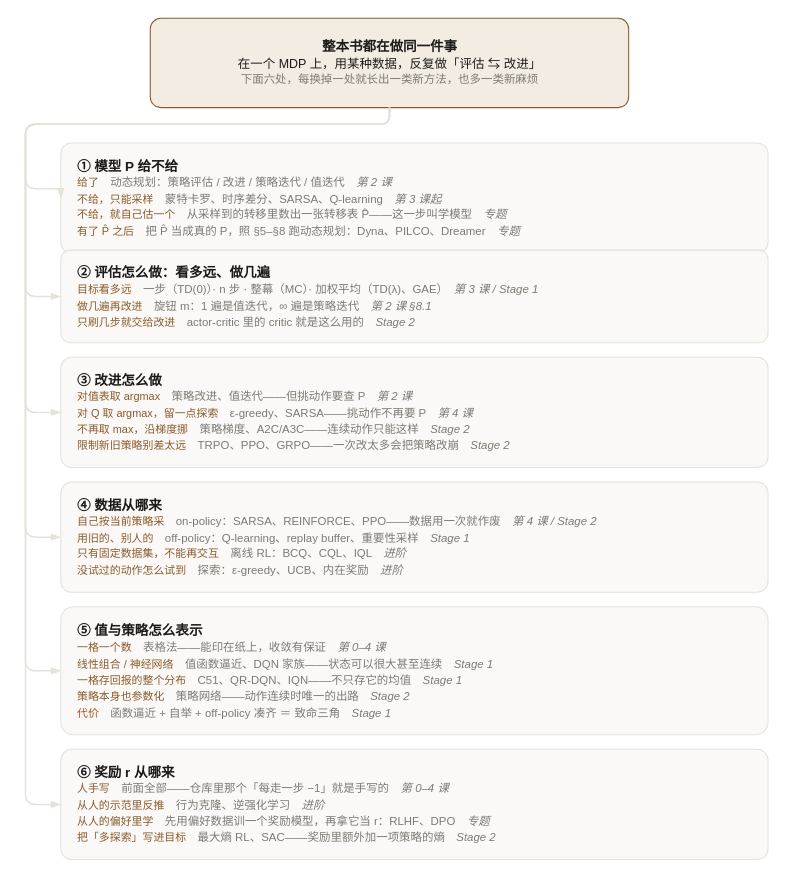
alfredzhang98/awesome_rl_handbook keeps this draw.io diagram as docs/assets/gpi-skeleton.drawio. Above is the earlier version. Source tidied: cells renumbered, new cells numbered last; positions are measured from the earlier drawing's top-left corner, leaving out a move shared by most shapes. Both pictures are drawn from the tidied source at 104%, with x=0, y=0 at pixel (25, 18).
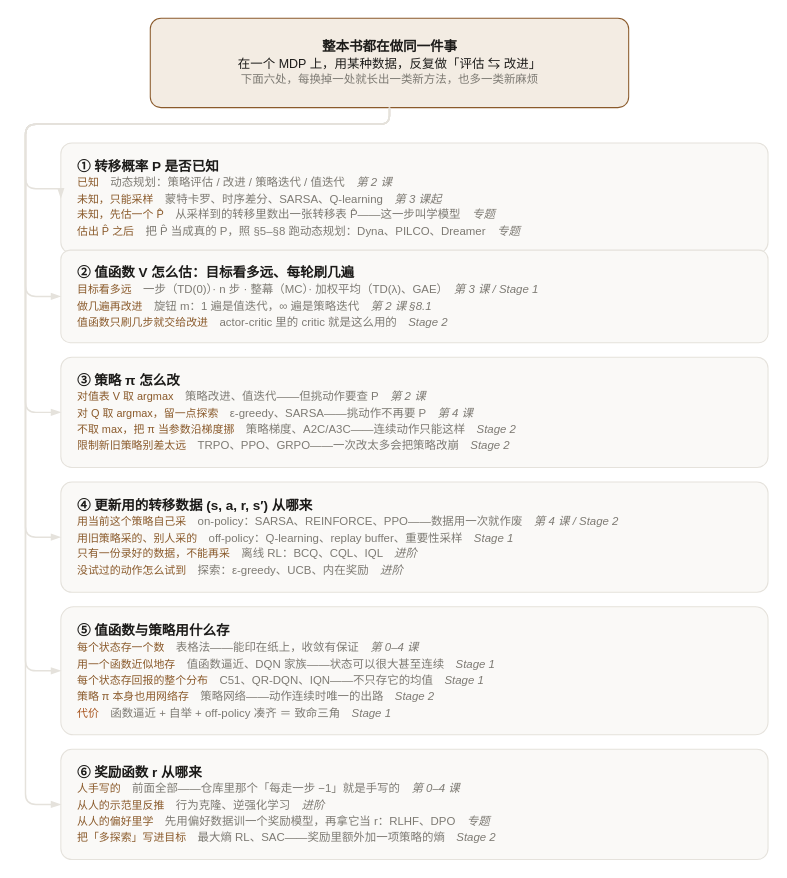
The same page after the edit.

Commit message (it also covers changes not shown here):
框架图把每一支的对象说全，并在图前定义记号

The edit, as a diff of the source:
```diff
@@
-    <mxCell id="3" value="&lt;b&gt;① 模型 P 给不给&lt;/b&gt;&lt;br&gt;&lt;font color=&quot;#8a5a2b&quot; style=&quot;font-size:10.5px&quot;&gt;给了&lt;/font&gt;&lt;font color=&quot;#7d7a73&quot; style=&quot;font-size:11px&quot;&gt;　动态规划：策略评估 / 改进 / 策略迭代 / 值迭代　&lt;i&gt;第 2 课&lt;/i&gt;&lt;/font&gt;&lt;br&gt;&lt;font color=&quot;#8a5a2b&quot; style=&quot;font-size:10.5px&quot;&gt;不给，只能采样&lt;/font&gt;&lt;font color=&quot;#7d7a73&quot; style=&quot;font-size:11px&quot;&gt;　蒙特卡罗、时序差分、SARSA、Q-learning　&lt;i&gt;第 3 课起&lt;/i&gt;&lt;/font&gt;&lt;br&gt;&lt;font color=&quot;#8a5a2b&quot; style=&quot;font-size:10.5px&quot;&gt;不给，就自己估一个&lt;/font&gt;&lt;font color=&quot;#7d7a73&quot; style=&quot;font-size:11px&quot;&gt;　从采样到的转移里数出一张转移表 P̂——这一步叫学模型　&lt;i&gt;专题&lt;/i&gt;&lt;/font&gt;&lt;br&gt;&lt;font color=&quot;#8a5a2b&quot; style=&quot;font-size:10.5px&quot;&gt;有了 P̂ 之后&lt;/font&gt;&lt;font color=&quot;#7d7a73&quot; style=&quot;font-size:11px&quot;&gt;　把 P̂ 当成真的 P，照 §5–§8 跑动态规划：Dyna、PILCO、Dreamer　&lt;i&gt;专题&lt;/i&gt;&lt;/font&gt;" style="rounded=1;arcSize=10;html=1;fillColor=#faf9f7;strokeColor=#e5e2dc;fontColor=#1c1b19;fontSize=13;align=left;spacingLeft=14;verticalAlign=middle;" parent="1" vertex="1">
+    <mxCell id="3" value="&lt;b&gt;① 转移概率 P 是否已知&lt;/b&gt;&lt;br&gt;&lt;font color=&quot;#8a5a2b&quot; style=&quot;font-size:10.5px&quot;&gt;已知&lt;/font&gt;&lt;font color=&quot;#7d7a73&quot; style=&quot;font-size:11px&quot;&gt;　动态规划：策略评估 / 改进 / 策略迭代 / 值迭代　&lt;i&gt;第 2 课&lt;/i&gt;&lt;/font&gt;&lt;br&gt;&lt;font color=&quot;#8a5a2b&quot; style=&quot;font-size:10.5px&quot;&gt;未知，只能采样&lt;/font&gt;&lt;font color=&quot;#7d7a73&quot; style=&quot;font-size:11px&quot;&gt;　蒙特卡罗、时序差分、SARSA、Q-learning　&lt;i&gt;第 3 课起&lt;/i&gt;&lt;/font&gt;&lt;br&gt;&lt;font color=&quot;#8a5a2b&quot; style=&quot;font-size:10.5px&quot;&gt;未知，先估一个 P̂&lt;/font&gt;&lt;font color=&quot;#7d7a73&quot; style=&quot;font-size:11px&quot;&gt;　从采样到的转移里数出一张转移表 P̂——这一步叫学模型　&lt;i&gt;专题&lt;/i&gt;&lt;/font&gt;&lt;br&gt;&lt;font color=&quot;#8a5a2b&quot; style=&quot;font-size:10.5px&quot;&gt;估出 P̂ 之后&lt;/font&gt;&lt;font color=&quot;#7d7a73&quot; style=&quot;font-size:11px&quot;&gt;　把 P̂ 当成真的 P，照 §5–§8 跑动态规划：Dyna、PILCO、Dreamer　&lt;i&gt;专题&lt;/i&gt;&lt;/font&gt;" style="rounded=1;arcSize=10;html=1;fillColor=#faf9f7;strokeColor=#e5e2dc;fontColor=#1c1b19;fontSize=13;align=left;spacingLeft=14;verticalAlign=middle;" parent="1" vertex="1">
       <mxGeometry x="34" y="120" width="680" height="106" as="geometry" />
     </mxCell>
-    <mxCell id="4" value="&lt;b&gt;② 评估怎么做：看多远、做几遍&lt;/b&gt;&lt;br&gt;&lt;font color=&quot;#8a5a2b&quot; style=&quot;font-size:10.5px&quot;&gt;目标看多远&lt;/font&gt;&lt;font color=&quot;#7d7a73&quot; style=&quot;font-size:11px&quot;&gt;　一步（TD(0)）· n 步 · 整幕（MC）· 加权平均（TD(λ)、GAE）　&lt;i&gt;第 3 课 / Stage 1&lt;/i&gt;&lt;/font&gt;&lt;br&gt;&lt;font color=&quot;#8a5a2b&quot; style=&quot;font-size:10.5px&quot;&gt;做几遍再改进&lt;/font&gt;&lt;font color=&quot;#7d7a73&quot; style=&quot;font-size:11px&quot;&gt;　旋钮 m：1 遍是值迭代，∞ 遍是策略迭代　&lt;i&gt;第 2 课 §8.1&lt;/i&gt;&lt;/font&gt;&lt;br&gt;&lt;font color=&quot;#8a5a2b&quot; style=&quot;font-size:10.5px&quot;&gt;只刷几步就交给改进&lt;/font&gt;&lt;font color=&quot;#7d7a73&quot; style=&quot;font-size:11px&quot;&gt;　actor-critic 里的 critic 就是这么用的　&lt;i&gt;Stage 2&lt;/i&gt;&lt;/font&gt;" style="rounded=1;arcSize=10;html=1;fillColor=#faf9f7;strokeColor=#e5e2dc;fontColor=#1c1b19;fontSize=13;align=left;spacingLeft=14;verticalAlign=middle;" parent="1" vertex="1">
+    <mxCell id="4" value="&lt;b&gt;② 值函数 V 怎么估：目标看多远、每轮刷几遍&lt;/b&gt;&lt;br&gt;&lt;font color=&quot;#8a5a2b&quot; style=&quot;font-size:10.5px&quot;&gt;目标看多远&lt;/font&gt;&lt;font color=&quot;#7d7a73&quot; style=&quot;font-size:11px&quot;&gt;　一步（TD(0)）· n 步 · 整幕（MC）· 加权平均（TD(λ)、GAE）　&lt;i&gt;第 3 课 / Stage 1&lt;/i&gt;&lt;/font&gt;&lt;br&gt;&lt;font color=&quot;#8a5a2b&quot; style=&quot;font-size:10.5px&quot;&gt;做几遍再改进&lt;/font&gt;&lt;font color=&quot;#7d7a73&quot; style=&quot;font-size:11px&quot;&gt;　旋钮 m：1 遍是值迭代，∞ 遍是策略迭代　&lt;i&gt;第 2 课 §8.1&lt;/i&gt;&lt;/font&gt;&lt;br&gt;&lt;font color=&quot;#8a5a2b&quot; style=&quot;font-size:10.5px&quot;&gt;值函数只刷几步就交给改进&lt;/font&gt;&lt;font color=&quot;#7d7a73&quot; style=&quot;font-size:11px&quot;&gt;　actor-critic 里的 critic 就是这么用的　&lt;i&gt;Stage 2&lt;/i&gt;&lt;/font&gt;" style="rounded=1;arcSize=10;html=1;fillColor=#faf9f7;strokeColor=#e5e2dc;fontColor=#1c1b19;fontSize=13;align=left;spacingLeft=14;verticalAlign=middle;" parent="1" vertex="1">
       <mxGeometry x="34" y="223" width="680" height="89" as="geometry" />
     </mxCell>
-    <mxCell id="5" value="&lt;b&gt;③ 改进怎么做&lt;/b&gt;&lt;br&gt;&lt;font color=&quot;#8a5a2b&quot; style=&quot;font-size:10.5px&quot;&gt;对值表取 argmax&lt;/font&gt;&lt;font color=&quot;#7d7a73&quot; style=&quot;font-size:11px&quot;&gt;　策略改进、值迭代——但挑动作要查 P　&lt;i&gt;第 2 课&lt;/i&gt;&lt;/font&gt;&lt;br&gt;&lt;font color=&quot;#8a5a2b&quot; style=&quot;font-size:10.5px&quot;&gt;对 Q 取 argmax，留一点探索&lt;/font&gt;&lt;font color=&quot;#7d7a73&quot; style=&quot;font-size:11px&quot;&gt;　ε-greedy、SARSA——挑动作不再要 P　&lt;i&gt;第 4 课&lt;/i&gt;&lt;/font&gt;&lt;br&gt;&lt;font color=&quot;#8a5a2b&quot; style=&quot;font-size:10.5px&quot;&gt;不再取 max，沿梯度挪&lt;/font&gt;&lt;font color=&quot;#7d7a73&quot; style=&quot;font-size:11px&quot;&gt;　策略梯度、A2C/A3C——连续动作只能这样　&lt;i&gt;Stage 2&lt;/i&gt;&lt;/font&gt;&lt;br&gt;&lt;font color=&quot;#8a5a2b&quot; style=&quot;font-size:10.5px&quot;&gt;限制新旧策略别差太远&lt;/font&gt;&lt;font color=&quot;#7d7a73&quot; style=&quot;font-size:11px&quot;&gt;　TRPO、PPO、GRPO——一次改太多会把策略改崩　&lt;i&gt;Stage 2&lt;/i&gt;&lt;/font&gt;" style="rounded=1;arcSize=10;html=1;fillColor=#faf9f7;strokeColor=#e5e2dc;fontColor=#1c1b19;fontSize=13;align=left;spacingLeft=14;verticalAlign=middle;" parent="1" vertex="1">
+    <mxCell id="5" value="&lt;b&gt;③ 策略 π 怎么改&lt;/b&gt;&lt;br&gt;&lt;font color=&quot;#8a5a2b&quot; style=&quot;font-size:10.5px&quot;&gt;对值表 V 取 argmax&lt;/font&gt;&lt;font color=&quot;#7d7a73&quot; style=&quot;font-size:11px&quot;&gt;　策略改进、值迭代——但挑动作要查 P　&lt;i&gt;第 2 课&lt;/i&gt;&lt;/font&gt;&lt;br&gt;&lt;font color=&quot;#8a5a2b&quot; style=&quot;font-size:10.5px&quot;&gt;对 Q 取 argmax，留一点探索&lt;/font&gt;&lt;font color=&quot;#7d7a73&quot; style=&quot;font-size:11px&quot;&gt;　ε-greedy、SARSA——挑动作不再要 P　&lt;i&gt;第 4 课&lt;/i&gt;&lt;/font&gt;&lt;br&gt;&lt;font color=&quot;#8a5a2b&quot; style=&quot;font-size:10.5px&quot;&gt;不取 max，把 π 当参数沿梯度挪&lt;/font&gt;&lt;font color=&quot;#7d7a73&quot; style=&quot;font-size:11px&quot;&gt;　策略梯度、A2C/A3C——连续动作只能这样　&lt;i&gt;Stage 2&lt;/i&gt;&lt;/font&gt;&lt;br&gt;&lt;font color=&quot;#8a5a2b&quot; style=&quot;font-size:10.5px&quot;&gt;限制新旧策略别差太远&lt;/font&gt;&lt;font color=&quot;#7d7a73&quot; style=&quot;font-size:11px&quot;&gt;　TRPO、PPO、GRPO——一次改太多会把策略改崩　&lt;i&gt;Stage 2&lt;/i&gt;&lt;/font&gt;" style="rounded=1;arcSize=10;html=1;fillColor=#faf9f7;strokeColor=#e5e2dc;fontColor=#1c1b19;fontSize=13;align=left;spacingLeft=14;verticalAlign=middle;" parent="1" vertex="1">
       <mxGeometry x="34" y="326" width="680" height="106" as="geometry" />
     </mxCell>
-    <mxCell id="6" value="&lt;b&gt;④ 数据从哪来&lt;/b&gt;&lt;br&gt;&lt;font color=&quot;#8a5a2b&quot; style=&quot;font-size:10.5px&quot;&gt;自己按当前策略采&lt;/font&gt;&lt;font color=&quot;#7d7a73&quot; style=&quot;font-size:11px&quot;&gt;　on-policy：SARSA、REINFORCE、PPO——数据用一次就作废　&lt;i&gt;第 4 课 / Stage 2&lt;/i&gt;&lt;/font&gt;&lt;br&gt;&lt;font color=&quot;#8a5a2b&quot; style=&quot;font-size:10.5px&quot;&gt;用旧的、别人的&lt;/font&gt;&lt;font color=&quot;#7d7a73&quot; style=&quot;font-size:11px&quot;&gt;　off-policy：Q-learning、replay buffer、重要性采样　&lt;i&gt;Stage 1&lt;/i&gt;&lt;/font&gt;&lt;br&gt;&lt;font color=&quot;#8a5a2b&quot; style=&quot;font-size:10.5px&quot;&gt;只有固定数据集，不能再交互&lt;/font&gt;&lt;font color=&quot;#7d7a73&quot; style=&quot;font-size:11px&quot;&gt;　离线 RL：BCQ、CQL、IQL　&lt;i&gt;进阶&lt;/i&gt;&lt;/font&gt;&lt;br&gt;&lt;font color=&quot;#8a5a2b&quot; style=&quot;font-size:10.5px&quot;&gt;没试过的动作怎么试到&lt;/font&gt;&lt;font color=&quot;#7d7a73&quot; style=&quot;font-size:11px&quot;&gt;　探索：ε-greedy、UCB、内在奖励　&lt;i&gt;进阶&lt;/i&gt;&lt;/font&gt;" style="rounded=1;arcSize=10;html=1;fillColor=#faf9f7;strokeColor=#e5e2dc;fontColor=#1c1b19;fontSize=13;align=left;spacingLeft=14;verticalAlign=middle;" parent="1" vertex="1">
+    <mxCell id="6" value="&lt;b&gt;④ 更新用的转移数据 (s, a, r, s′) 从哪来&lt;/b&gt;&lt;br&gt;&lt;font color=&quot;#8a5a2b&quot; style=&quot;font-size:10.5px&quot;&gt;用当前这个策略自己采&lt;/font&gt;&lt;font color=&quot;#7d7a73&quot; style=&quot;font-size:11px&quot;&gt;　on-policy：SARSA、REINFORCE、PPO——数据用一次就作废　&lt;i&gt;第 4 课 / Stage 2&lt;/i&gt;&lt;/font&gt;&lt;br&gt;&lt;font color=&quot;#8a5a2b&quot; style=&quot;font-size:10.5px&quot;&gt;用旧策略采的、别人采的&lt;/font&gt;&lt;font color=&quot;#7d7a73&quot; style=&quot;font-size:11px&quot;&gt;　off-policy：Q-learning、replay buffer、重要性采样　&lt;i&gt;Stage 1&lt;/i&gt;&lt;/font&gt;&lt;br&gt;&lt;font color=&quot;#8a5a2b&quot; style=&quot;font-size:10.5px&quot;&gt;只有一份录好的数据，不能再采&lt;/font&gt;&lt;font color=&quot;#7d7a73&quot; style=&quot;font-size:11px&quot;&gt;　离线 RL：BCQ、CQL、IQL　&lt;i&gt;进阶&lt;/i&gt;&lt;/font&gt;&lt;br&gt;&lt;font color=&quot;#8a5a2b&quot; style=&quot;font-size:10.5px&quot;&gt;没试过的动作怎么试到&lt;/font&gt;&lt;font color=&quot;#7d7a73&quot; style=&quot;font-size:11px&quot;&gt;　探索：ε-greedy、UCB、内在奖励　&lt;i&gt;进阶&lt;/i&gt;&lt;/font&gt;" style="rounded=1;arcSize=10;html=1;fillColor=#faf9f7;strokeColor=#e5e2dc;fontColor=#1c1b19;fontSize=13;align=left;spacingLeft=14;verticalAlign=middle;" parent="1" vertex="1">
       <mxGeometry x="34" y="446" width="680" height="106" as="geometry" />
     </mxCell>
-    <mxCell id="7" value="&lt;b&gt;⑤ 值与策略怎么表示&lt;/b&gt;&lt;br&gt;&lt;font color=&quot;#8a5a2b&quot; style=&quot;font-size:10.5px&quot;&gt;一格一个数&lt;/font&gt;&lt;font color=&quot;#7d7a73&quot; style=&quot;font-size:11px&quot;&gt;　表格法——能印在纸上，收敛有保证　&lt;i&gt;第 0–4 课&lt;/i&gt;&lt;/font&gt;&lt;br&gt;&lt;font color=&quot;#8a5a2b&quot; style=&quot;font-size:10.5px&quot;&gt;线性组合 / 神经网络&lt;/font&gt;&lt;font color=&quot;#7d7a73&quot; style=&quot;font-size:11px&quot;&gt;　值函数逼近、DQN 家族——状态可以很大甚至连续　&lt;i&gt;Stage 1&lt;/i&gt;&lt;/font&gt;&lt;br&gt;&lt;font color=&quot;#8a5a2b&quot; style=&quot;font-size:10.5px&quot;&gt;一格存回报的整个分布&lt;/font&gt;&lt;font color=&quot;#7d7a73&quot; style=&quot;font-size:11px&quot;&gt;　C51、QR-DQN、IQN——不只存它的均值　&lt;i&gt;Stage 1&lt;/i&gt;&lt;/font&gt;&lt;br&gt;&lt;font color=&quot;#8a5a2b&quot; style=&quot;font-size:10.5px&quot;&gt;策略本身也参数化&lt;/font&gt;&lt;font color=&quot;#7d7a73&quot; style=&quot;font-size:11px&quot;&gt;　策略网络——动作连续时唯一的出路　&lt;i&gt;Stage 2&lt;/i&gt;&lt;/font&gt;&lt;br&gt;&lt;font color=&quot;#a8551f&quot; style=&quot;font-size:10.5px&quot;&gt;代价&lt;/font&gt;&lt;font color=&quot;#7d7a73&quot; style=&quot;font-size:11px&quot;&gt;　函数逼近 + 自举 + off-policy 凑齐 ＝ 致命三角　&lt;i&gt;Stage 1&lt;/i&gt;&lt;/font&gt;" style="rounded=1;arcSize=10;html=1;fillColor=#faf9f7;strokeColor=#e5e2dc;fontColor=#1c1b19;fontSize=13;align=left;spacingLeft=14;verticalAlign=middle;" parent="1" vertex="1">
+    <mxCell id="7" value="&lt;b&gt;⑤ 值函数与策略用什么存&lt;/b&gt;&lt;br&gt;&lt;font color=&quot;#8a5a2b&quot; style=&quot;font-size:10.5px&quot;&gt;每个状态存一个数&lt;/font&gt;&lt;font color=&quot;#7d7a73&quot; style=&quot;font-size:11px&quot;&gt;　表格法——能印在纸上，收敛有保证　&lt;i&gt;第 0–4 课&lt;/i&gt;&lt;/font&gt;&lt;br&gt;&lt;font color=&quot;#8a5a2b&quot; style=&quot;font-size:10.5px&quot;&gt;用一个函数近似地存&lt;/font&gt;&lt;font color=&quot;#7d7a73&quot; style=&quot;font-size:11px&quot;&gt;　值函数逼近、DQN 家族——状态可以很大甚至连续　&lt;i&gt;Stage 1&lt;/i&gt;&lt;/font&gt;&lt;br&gt;&lt;font color=&quot;#8a5a2b&quot; style=&quot;font-size:10.5px&quot;&gt;每个状态存回报的整个分布&lt;/font&gt;&lt;font color=&quot;#7d7a73&quot; style=&quot;font-size:11px&quot;&gt;　C51、QR-DQN、IQN——不只存它的均值　&lt;i&gt;Stage 1&lt;/i&gt;&lt;/font&gt;&lt;br&gt;&lt;font color=&quot;#8a5a2b&quot; style=&quot;font-size:10.5px&quot;&gt;策略 π 本身也用网络存&lt;/font&gt;&lt;font color=&quot;#7d7a73&quot; style=&quot;font-size:11px&quot;&gt;　策略网络——动作连续时唯一的出路　&lt;i&gt;Stage 2&lt;/i&gt;&lt;/font&gt;&lt;br&gt;&lt;font color=&quot;#a8551f&quot; style=&quot;font-size:10.5px&quot;&gt;代价&lt;/font&gt;&lt;font color=&quot;#7d7a73&quot; style=&quot;font-size:11px&quot;&gt;　函数逼近 + 自举 + off-policy 凑齐 ＝ 致命三角　&lt;i&gt;Stage 1&lt;/i&gt;&lt;/font&gt;" style="rounded=1;arcSize=10;html=1;fillColor=#faf9f7;strokeColor=#e5e2dc;fontColor=#1c1b19;fontSize=13;align=left;spacingLeft=14;verticalAlign=middle;" parent="1" vertex="1">
       <mxGeometry x="34" y="566" width="680" height="123" as="geometry" />
     </mxCell>
-    <mxCell id="8" value="&lt;b&gt;⑥ 奖励 r 从哪来&lt;/b&gt;&lt;br&gt;&lt;font color=&quot;#8a5a2b&quot; style=&quot;font-size:10.5px&quot;&gt;人手写&lt;/font&gt;&lt;font color=&quot;#7d7a73&quot; style=&quot;font-size:11px&quot;&gt;　前面全部——仓库里那个「每走一步 −1」就是手写的　&lt;i&gt;第 0–4 课&lt;/i&gt;&lt;/font&gt;&lt;br&gt;&lt;font color=&quot;#8a5a2b&quot; style=&quot;font-size:10.5px&quot;&gt;从人的示范里反推&lt;/font&gt;&lt;font color=&quot;#7d7a73&quot; style=&quot;font-size:11px&quot;&gt;　行为克隆、逆强化学习　&lt;i&gt;进阶&lt;/i&gt;&lt;/font&gt;&lt;br&gt;&lt;font color=&quot;#8a5a2b&quot; style=&quot;font-size:10.5px&quot;&gt;从人的偏好里学&lt;/font&gt;&lt;font color=&quot;#7d7a73&quot; style=&quot;font-size:11px&quot;&gt;　先用偏好数据训一个奖励模型，再拿它当 r：RLHF、DPO　&lt;i&gt;专题&lt;/i&gt;&lt;/font&gt;&lt;br&gt;&lt;font color=&quot;#8a5a2b&quot; style=&quot;font-size:10.5px&quot;&gt;把「多探索」写进目标&lt;/font&gt;&lt;font color=&quot;#7d7a73&quot; style=&quot;font-size:11px&quot;&gt;　最大熵 RL、SAC——奖励里额外加一项策略的熵　&lt;i&gt;Stage 2&lt;/i&gt;&lt;/font&gt;" style="rounded=1;arcSize=10;html=1;fillColor=#faf9f7;strokeColor=#e5e2dc;fontColor=#1c1b19;fontSize=13;align=left;spacingLeft=14;verticalAlign=middle;" parent="1" vertex="1">
+    <mxCell id="8" value="&lt;b&gt;⑥ 奖励函数 r 从哪来&lt;/b&gt;&lt;br&gt;&lt;font color=&quot;#8a5a2b&quot; style=&quot;font-size:10.5px&quot;&gt;人手写的&lt;/font&gt;&lt;font color=&quot;#7d7a73&quot; style=&quot;font-size:11px&quot;&gt;　前面全部——仓库里那个「每走一步 −1」就是手写的　&lt;i&gt;第 0–4 课&lt;/i&gt;&lt;/font&gt;&lt;br&gt;&lt;font color=&quot;#8a5a2b&quot; style=&quot;font-size:10.5px&quot;&gt;从人的示范里反推&lt;/font&gt;&lt;font color=&quot;#7d7a73&quot; style=&quot;font-size:11px&quot;&gt;　行为克隆、逆强化学习　&lt;i&gt;进阶&lt;/i&gt;&lt;/font&gt;&lt;br&gt;&lt;font color=&quot;#8a5a2b&quot; style=&quot;font-size:10.5px&quot;&gt;从人的偏好里学&lt;/font&gt;&lt;font color=&quot;#7d7a73&quot; style=&quot;font-size:11px&quot;&gt;　先用偏好数据训一个奖励模型，再拿它当 r：RLHF、DPO　&lt;i&gt;专题&lt;/i&gt;&lt;/font&gt;&lt;br&gt;&lt;font color=&quot;#8a5a2b&quot; style=&quot;font-size:10.5px&quot;&gt;把「多探索」写进目标&lt;/font&gt;&lt;font color=&quot;#7d7a73&quot; style=&quot;font-size:11px&quot;&gt;　最大熵 RL、SAC——奖励里额外加一项策略的熵　&lt;i&gt;Stage 2&lt;/i&gt;&lt;/font&gt;" style="rounded=1;arcSize=10;html=1;fillColor=#faf9f7;strokeColor=#e5e2dc;fontColor=#1c1b19;fontSize=13;align=left;spacingLeft=14;verticalAlign=middle;" parent="1" vertex="1">
       <mxGeometry x="34" y="703" width="680" height="106" as="geometry" />
     </mxCell>
```
